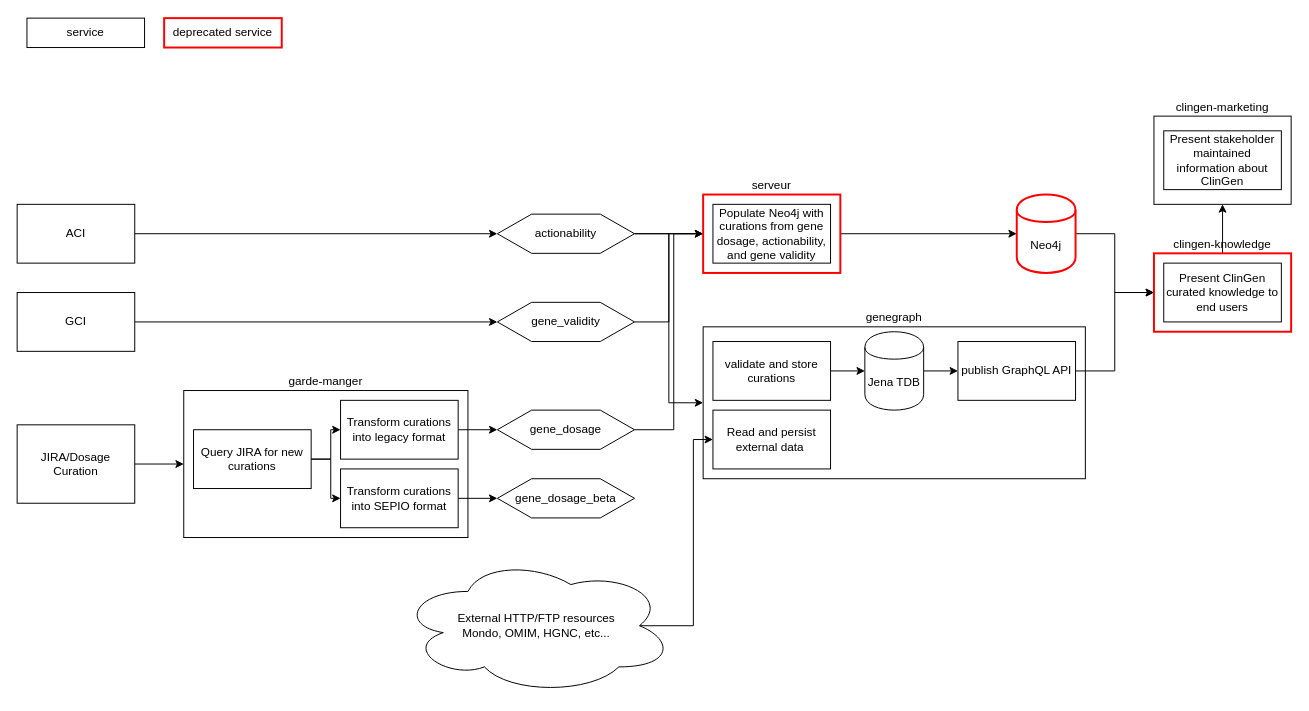
Above: page "current" (1 of 3) of B/G ClinGen Architecture.drawio in clingen-data-model/architecture (draw.io), before the change. Source tidied: cells renumbered, new cells numbered last; positions are measured from the earlier drawing's top-left corner, leaving out a move shared by most shapes. Both pictures are drawn from the tidied source at 98%, with x=0, y=0 at pixel (17, 18).
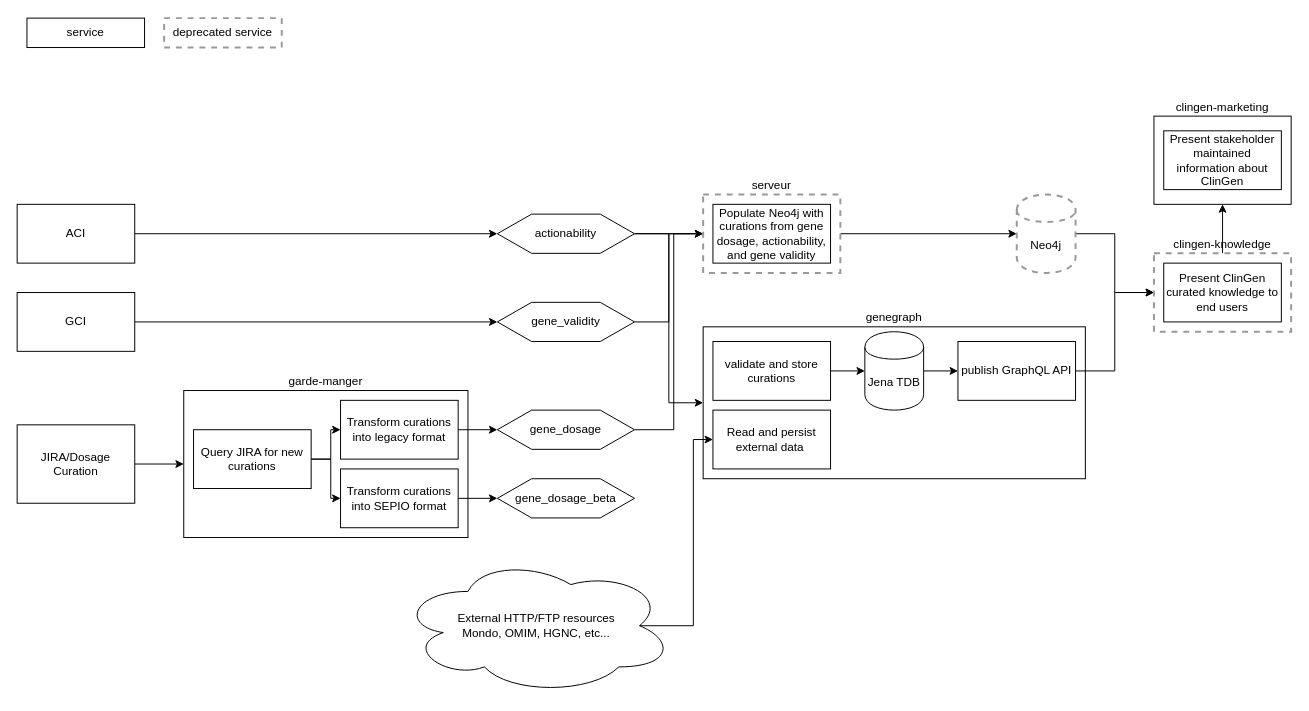
The same diagram, later.

Commit message:
added diagram for transitional architecture

What changed in the source:
```diff
@@
-    <mxCell id="26" value="serveur" style="rounded=0;whiteSpace=wrap;html=1;labelPosition=center;verticalLabelPosition=top;align=center;verticalAlign=bottom;strokeColor=#FF0000;strokeWidth=2;" parent="1" vertex="1">
+    <mxCell id="26" value="serveur" style="rounded=0;whiteSpace=wrap;html=1;labelPosition=center;verticalLabelPosition=top;align=center;verticalAlign=bottom;strokeColor=#999999;strokeWidth=2;dashed=1;" parent="1" vertex="1">
       <mxGeometry x="700" y="180" width="140" height="80" as="geometry" />
     </mxCell>
@@
-    <mxCell id="32" value="Neo4j" style="shape=cylinder;whiteSpace=wrap;html=1;boundedLbl=1;backgroundOutline=1;strokeColor=#FF0000;strokeWidth=2;" parent="1" vertex="1">
+    <mxCell id="32" value="Neo4j" style="shape=cylinder;whiteSpace=wrap;html=1;boundedLbl=1;backgroundOutline=1;strokeColor=#999999;strokeWidth=2;dashed=1;" parent="1" vertex="1">
       <mxGeometry x="1020" y="180" width="60" height="80" as="geometry" />
     </mxCell>
@@
-    <mxCell id="37" value="clingen-knowledge" style="rounded=0;whiteSpace=wrap;html=1;labelPosition=center;verticalLabelPosition=top;align=center;verticalAlign=bottom;strokeColor=#FF0000;strokeWidth=2;" parent="1" vertex="1">
+    <mxCell id="37" value="clingen-knowledge" style="rounded=0;whiteSpace=wrap;html=1;labelPosition=center;verticalLabelPosition=top;align=center;verticalAlign=bottom;strokeColor=#999999;strokeWidth=2;dashed=1;" parent="1" vertex="1">
       <mxGeometry x="1160" y="240" width="140" height="80" as="geometry" />
     </mxCell>
@@
-    <mxCell id="47" value="deprecated service" style="rounded=0;whiteSpace=wrap;html=1;strokeColor=#FF0000;strokeWidth=2;fontColor=#000000;" parent="1" vertex="1">
+    <mxCell id="47" value="deprecated service" style="rounded=0;whiteSpace=wrap;html=1;strokeColor=#999999;strokeWidth=2;fontColor=#000000;dashed=1;" parent="1" vertex="1">
       <mxGeometry x="150" width="120" height="30" as="geometry" />
     </mxCell>
```
